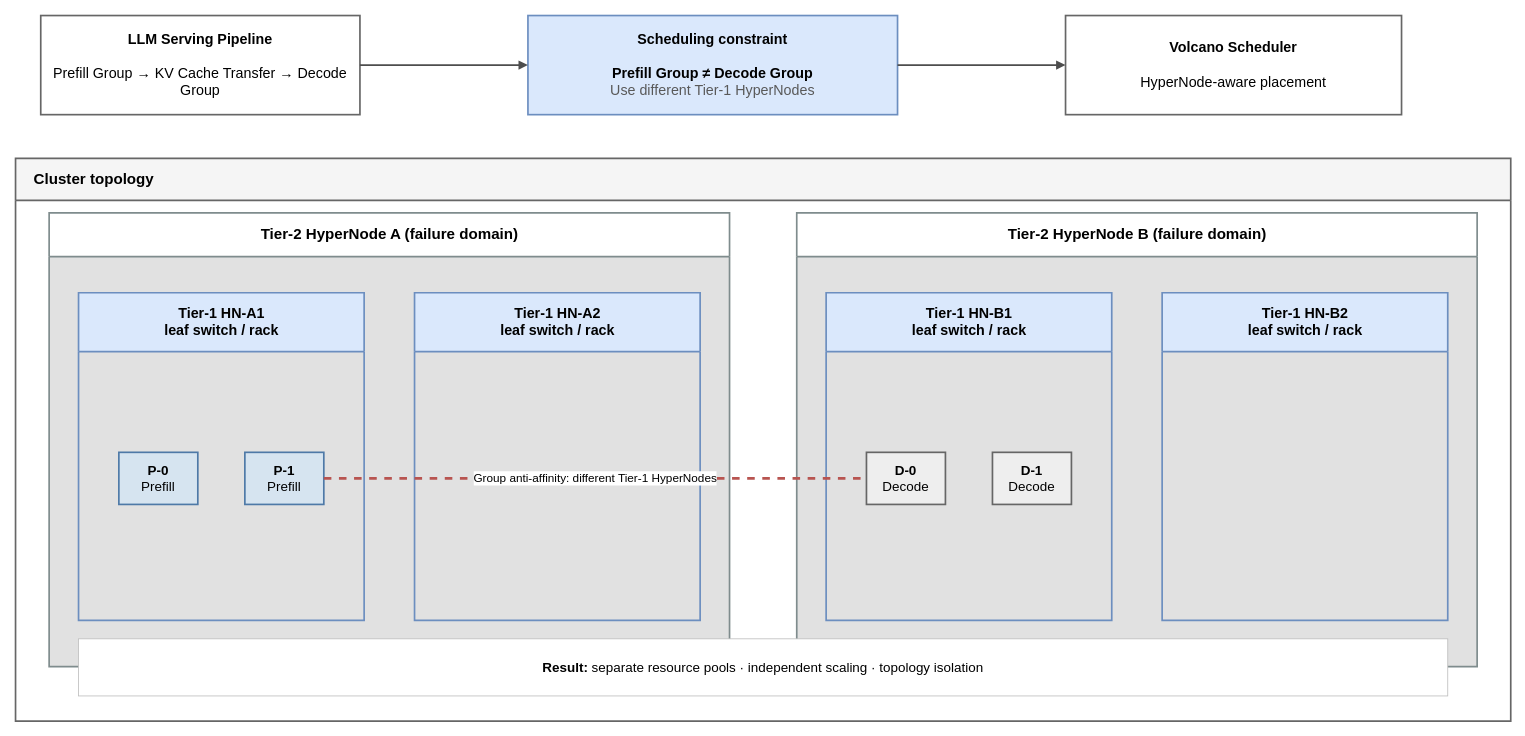
Before: docs/images/network-topology/podgroup-antiaffinity-hypernode.drawio in JesseStutler/volcano, a draw.io diagram. Source tidied: cells renumbered, new cells numbered last; positions are measured from the earlier drawing's top-left corner, leaving out a move shared by most shapes. Both pictures are drawn from the tidied source at 84%, with x=0, y=0 at pixel (15, 15).
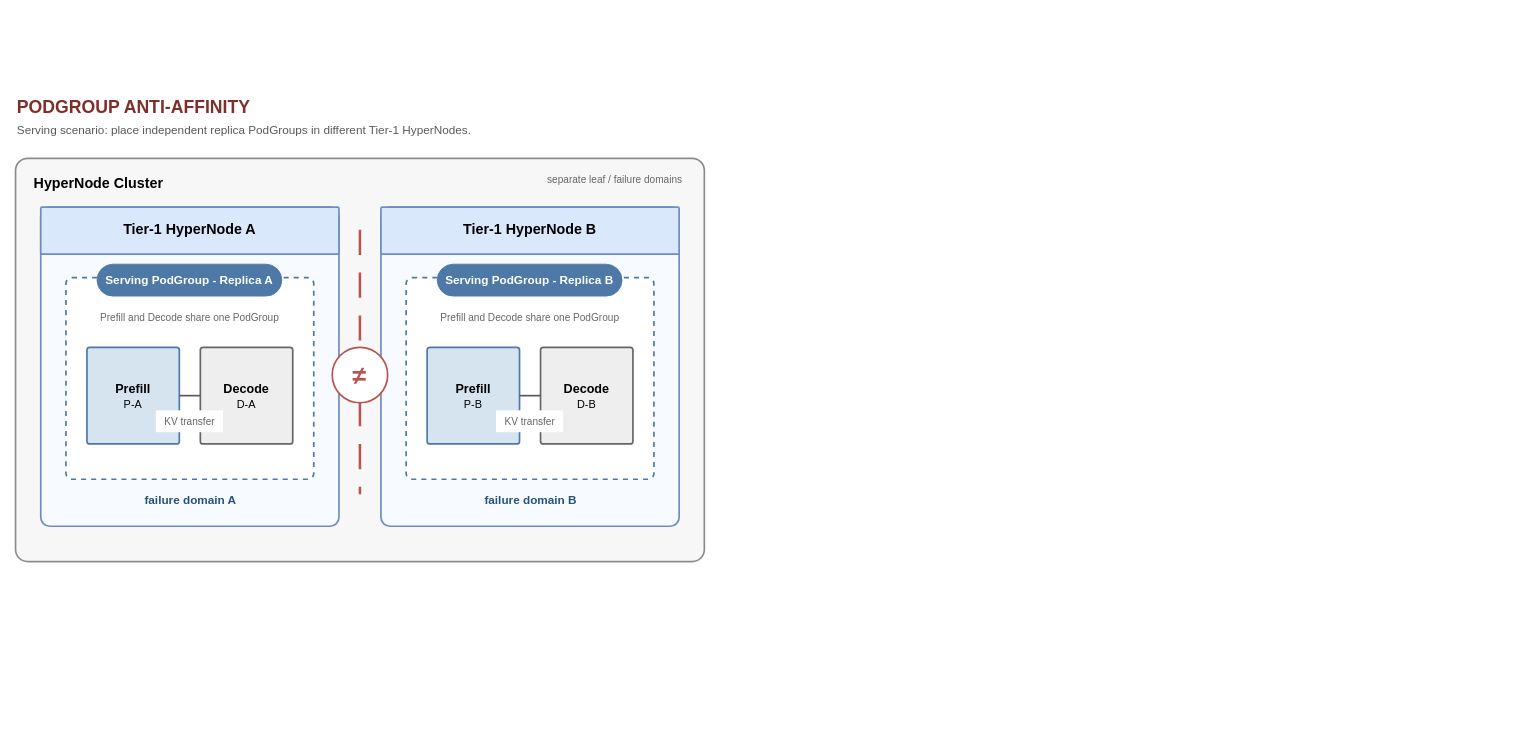
After the change.

Commit message (it also covers changes not shown here):
docs: simplify PodGroup affinity diagrams

Change to the diagram source:
```diff
@@
-    <mxCell id="2" value="&lt;b&gt;LLM Serving Pipeline&lt;/b&gt;&lt;br&gt;&lt;br&gt;Prefill Group → KV Cache Transfer → Decode Group" style="rounded=0;whiteSpace=wrap;html=1;fillColor=#ffffff;strokeColor=#666666;strokeWidth=2;fontSize=17;" parent="1" vertex="1">
-      <mxGeometry x="30" width="380" height="118" as="geometry" />
-    </mxCell>
-    <mxCell id="3" value="&lt;b&gt;Scheduling constraint&lt;/b&gt;&lt;br&gt;&lt;br&gt;&lt;b&gt;Prefill Group ≠ Decode Group&lt;/b&gt;&lt;br&gt;&lt;font color=&quot;#595959&quot;&gt;Use different Tier-1 HyperNodes&lt;/font&gt;" style="rounded=0;whiteSpace=wrap;html=1;fillColor=#dae8fc;strokeColor=#6c8ebf;strokeWidth=2;fontSize=17;" parent="1" vertex="1">
-      <mxGeometry x="610" width="440" height="118" as="geometry" />
-    </mxCell>
-    <mxCell id="4" value="&lt;b&gt;Volcano Scheduler&lt;/b&gt;&lt;br&gt;&lt;br&gt;HyperNode-aware placement" style="rounded=0;whiteSpace=wrap;html=1;fillColor=#ffffff;strokeColor=#666666;strokeWidth=2;fontSize=17;" parent="1" vertex="1">
-      <mxGeometry x="1250" width="400" height="118" as="geometry" />
-    </mxCell>
-    <mxCell id="5" style="edgeStyle=orthogonalEdgeStyle;rounded=0;html=1;endArrow=block;endFill=1;strokeColor=#4d4d4d;strokeWidth=2;" parent="1" edge="1" source="2" target="3">
-      <mxGeometry relative="1" as="geometry" />
-    </mxCell>
-    <mxCell id="6" style="edgeStyle=orthogonalEdgeStyle;rounded=0;html=1;endArrow=block;endFill=1;strokeColor=#4d4d4d;strokeWidth=2;" parent="1" edge="1" source="3" target="4">
-      <mxGeometry relative="1" as="geometry" />
-    </mxCell>
+    <mxCell id="20" value="&lt;b&gt;PODGROUP ANTI-AFFINITY&lt;/b&gt;" style="text;html=1;strokeColor=none;fillColor=none;fontSize=21;fontColor=#7f2f2b;align=left;" parent="1" vertex="1">
+      <mxGeometry y="90" width="340" height="32" as="geometry" />
+    </mxCell>
+    <mxCell id="21" value="Serving scenario: place independent replica PodGroups in different Tier-1 HyperNodes." style="text;html=1;strokeColor=none;fillColor=none;fontSize=14;fontColor=#595959;align=left;" parent="1" vertex="1">
+      <mxGeometry y="122" width="700" height="28" as="geometry" />
+    </mxCell>
-    <mxCell id="7" value="&lt;b&gt;Cluster topology&lt;/b&gt;" style="swimlane;html=1;rounded=0;startSize=50;horizontal=1;fillColor=#f5f5f5;strokeColor=#666666;strokeWidth=2;fontSize=18;align=left;spacingLeft=20;" parent="1" vertex="1">
-      <mxGeometry y="170" width="1780" height="670" as="geometry" />
+    <mxCell id="7" value="&lt;b&gt;HyperNode Cluster&lt;/b&gt;" style="rounded=1;arcSize=3;whiteSpace=wrap;html=1;fillColor=#f7f7f7;strokeColor=#8c8c8c;strokeWidth=2;verticalAlign=top;align=left;spacingLeft=20;spacingTop=14;fontSize=17;" parent="1" vertex="1">
+      <mxGeometry y="170" width="820" height="480" as="geometry" />
     </mxCell>
-    <mxCell id="8" value="&lt;b&gt;Tier-2 HyperNode A&lt;/b&gt; (failure domain)" style="swimlane;html=1;rounded=0;startSize=52;fillColor=#ffffff;swimlaneFillColor=#e1e1e1;strokeColor=#7f8c8d;strokeWidth=2;fontSize=18;" parent="1" vertex="1">
-      <mxGeometry x="40" y="235" width="810" height="540" as="geometry" />
-    </mxCell>
-    <mxCell id="9" value="&lt;b&gt;Tier-2 HyperNode B&lt;/b&gt; (failure domain)" style="swimlane;html=1;rounded=0;startSize=52;fillColor=#ffffff;swimlaneFillColor=#e1e1e1;strokeColor=#7f8c8d;strokeWidth=2;fontSize=18;" parent="1" vertex="1">
-      <mxGeometry x="930" y="235" width="810" height="540" as="geometry" />
-    </mxCell>
-    <mxCell id="10" value="&lt;b&gt;Tier-1 HN-A1&lt;/b&gt;&lt;br&gt;leaf switch / rack" style="swimlane;html=1;rounded=0;startSize=70;fillColor=#dae8fc;strokeColor=#6c8ebf;strokeWidth=2;fontSize=17;" parent="1" vertex="1">
-      <mxGeometry x="75" y="330" width="340" height="390" as="geometry" />
-    </mxCell>
-    <mxCell id="11" value="&lt;b&gt;Tier-1 HN-A2&lt;/b&gt;&lt;br&gt;leaf switch / rack" style="swimlane;html=1;rounded=0;startSize=70;fillColor=#dae8fc;strokeColor=#6c8ebf;strokeWidth=2;fontSize=17;" parent="1" vertex="1">
-      <mxGeometry x="475" y="330" width="340" height="390" as="geometry" />
-    </mxCell>
-    <mxCell id="12" value="&lt;b&gt;Tier-1 HN-B1&lt;/b&gt;&lt;br&gt;leaf switch / rack" style="swimlane;html=1;rounded=0;startSize=70;fillColor=#dae8fc;strokeColor=#6c8ebf;strokeWidth=2;fontSize=17;" parent="1" vertex="1">
-      <mxGeometry x="965" y="330" width="340" height="390" as="geometry" />
-    </mxCell>
-    <mxCell id="13" value="&lt;b&gt;Tier-1 HN-B2&lt;/b&gt;&lt;br&gt;leaf switch / rack" style="swimlane;html=1;rounded=0;startSize=70;fillColor=#dae8fc;strokeColor=#6c8ebf;strokeWidth=2;fontSize=17;" parent="1" vertex="1">
-      <mxGeometry x="1365" y="330" width="340" height="390" as="geometry" />
-    </mxCell>
-    <mxCell id="14" value="&lt;b&gt;P-0&lt;/b&gt;&lt;br&gt;Prefill" style="rounded=0;whiteSpace=wrap;html=1;fillColor=#d6e4f0;strokeColor=#4e79a7;strokeWidth=2;fontSize=16;" parent="1" vertex="1">
-      <mxGeometry x="123" y="520" width="94" height="62" as="geometry" />
-    </mxCell>
-    <mxCell id="15" value="&lt;b&gt;P-1&lt;/b&gt;&lt;br&gt;Prefill" style="rounded=0;whiteSpace=wrap;html=1;fillColor=#d6e4f0;strokeColor=#4e79a7;strokeWidth=2;fontSize=16;" parent="1" vertex="1">
-      <mxGeometry x="273" y="520" width="94" height="62" as="geometry" />
-    </mxCell>
-    <mxCell id="16" value="&lt;b&gt;D-0&lt;/b&gt;&lt;br&gt;Decode" style="rounded=0;whiteSpace=wrap;html=1;fillColor=#eeeeee;strokeColor=#666666;strokeWidth=2;fontSize=16;" parent="1" vertex="1">
-      <mxGeometry x="1013" y="520" width="94" height="62" as="geometry" />
-    </mxCell>
-    <mxCell id="17" value="&lt;b&gt;D-1&lt;/b&gt;&lt;br&gt;Decode" style="rounded=0;whiteSpace=wrap;html=1;fillColor=#eeeeee;strokeColor=#666666;strokeWidth=2;fontSize=16;" parent="1" vertex="1">
-      <mxGeometry x="1163" y="520" width="94" height="62" as="geometry" />
-    </mxCell>
-    <mxCell id="18" value="Group anti-affinity: different Tier-1 HyperNodes" style="edgeStyle=orthogonalEdgeStyle;rounded=0;html=1;endArrow=none;strokeColor=#b85450;strokeWidth=3;dashed=1;fontSize=14;" parent="1" edge="1" source="15" target="16">
-      <mxGeometry relative="1" as="geometry" />
-    </mxCell>
-    <mxCell id="19" value="&lt;b&gt;Result:&lt;/b&gt; separate resource pools · independent scaling · topology isolation" style="rounded=0;whiteSpace=wrap;html=1;fillColor=#ffffff;strokeColor=#bfbfbf;fontSize=16;" parent="1" vertex="1">
-      <mxGeometry x="75" y="742" width="1630" height="68" as="geometry" />
-    </mxCell>
+    <mxCell id="22" value="separate leaf / failure domains" style="text;html=1;strokeColor=none;fillColor=none;fontSize=12;fontColor=#666666;align=right;" parent="1" vertex="1">
+      <mxGeometry x="610" y="182" width="185" height="25" as="geometry" />
+    </mxCell>
+    <mxCell id="23" style="rounded=1;arcSize=3;whiteSpace=wrap;html=1;fillColor=#f7faff;strokeColor=#6c8ebf;strokeWidth=2;" parent="1" vertex="1">
+      <mxGeometry x="30" y="228" width="355" height="380" as="geometry" />
+    </mxCell>
+    <mxCell id="24" value="&lt;b&gt;Tier-1 HyperNode A&lt;/b&gt;" style="rounded=1;arcSize=3;whiteSpace=wrap;html=1;fillColor=#dae8fc;strokeColor=#6c8ebf;strokeWidth=2;fontSize=17;" parent="1" vertex="1">
+      <mxGeometry x="30" y="228" width="355" height="56" as="geometry" />
+    </mxCell>
+    <mxCell id="25" value="Prefill and Decode share one PodGroup" style="rounded=1;arcSize=3;whiteSpace=wrap;html=1;fillColor=#ffffff;strokeColor=#4e79a7;strokeWidth=2;dashed=1;verticalAlign=top;spacingTop=34;fontSize=12;fontColor=#666666;" parent="1" vertex="1">
+      <mxGeometry x="60" y="312" width="295" height="240" as="geometry" />
+    </mxCell>
+    <mxCell id="26" value="&lt;font color=&quot;#ffffff&quot;&gt;&lt;b&gt;Serving PodGroup - Replica A&lt;/b&gt;&lt;/font&gt;" style="rounded=1;arcSize=50;whiteSpace=wrap;html=1;fillColor=#4e79a7;strokeColor=#4e79a7;fontSize=14;" parent="1" vertex="1">
+      <mxGeometry x="97" y="296" width="220" height="38" as="geometry" />
+    </mxCell>
+    <mxCell id="27" value="&lt;b&gt;Prefill&lt;/b&gt;&lt;br&gt;&lt;font size=&quot;2&quot;&gt;P-A&lt;/font&gt;" style="rounded=1;arcSize=3;whiteSpace=wrap;html=1;fillColor=#d6e4f0;strokeColor=#4e79a7;strokeWidth=2;fontSize=15;" parent="1" vertex="1">
+      <mxGeometry x="85" y="395" width="110" height="115" as="geometry" />
+    </mxCell>
+    <mxCell id="28" value="&lt;b&gt;Decode&lt;/b&gt;&lt;br&gt;&lt;font size=&quot;2&quot;&gt;D-A&lt;/font&gt;" style="rounded=1;arcSize=3;whiteSpace=wrap;html=1;fillColor=#eeeeee;strokeColor=#666666;strokeWidth=2;fontSize=15;" parent="1" vertex="1">
+      <mxGeometry x="220" y="395" width="110" height="115" as="geometry" />
+    </mxCell>
+    <mxCell id="29" style="edgeStyle=none;html=1;endArrow=none;strokeColor=#595959;strokeWidth=2;" parent="1" edge="1" source="27" target="28">
+      <mxGeometry relative="1" as="geometry" />
+    </mxCell>
+    <mxCell id="30" value="KV transfer" style="text;html=1;strokeColor=none;fillColor=#ffffff;fontSize=12;fontColor=#666666;align=center;" parent="1" vertex="1">
+      <mxGeometry x="167" y="470" width="80" height="26" as="geometry" />
+    </mxCell>
+    <mxCell id="31" value="&lt;b&gt;failure domain A&lt;/b&gt;" style="text;html=1;strokeColor=none;fillColor=none;fontSize=14;fontColor=#28527d;align=center;" parent="1" vertex="1">
+      <mxGeometry x="120" y="562" width="175" height="28" as="geometry" />
+    </mxCell>
+    <mxCell id="32" style="rounded=1;arcSize=3;whiteSpace=wrap;html=1;fillColor=#f7faff;strokeColor=#6c8ebf;strokeWidth=2;" parent="1" vertex="1">
+      <mxGeometry x="435" y="228" width="355" height="380" as="geometry" />
+    </mxCell>
+    <mxCell id="33" value="&lt;b&gt;Tier-1 HyperNode B&lt;/b&gt;" style="rounded=1;arcSize=3;whiteSpace=wrap;html=1;fillColor=#dae8fc;strokeColor=#6c8ebf;strokeWidth=2;fontSize=17;" parent="1" vertex="1">
+      <mxGeometry x="435" y="228" width="355" height="56" as="geometry" />
+    </mxCell>
+    <mxCell id="34" value="Prefill and Decode share one PodGroup" style="rounded=1;arcSize=3;whiteSpace=wrap;html=1;fillColor=#ffffff;strokeColor=#4e79a7;strokeWidth=2;dashed=1;verticalAlign=top;spacingTop=34;fontSize=12;fontColor=#666666;" parent="1" vertex="1">
+      <mxGeometry x="465" y="312" width="295" height="240" as="geometry" />
+    </mxCell>
+    <mxCell id="35" value="&lt;font color=&quot;#ffffff&quot;&gt;&lt;b&gt;Serving PodGroup - Replica B&lt;/b&gt;&lt;/font&gt;" style="rounded=1;arcSize=50;whiteSpace=wrap;html=1;fillColor=#4e79a7;strokeColor=#4e79a7;fontSize=14;" parent="1" vertex="1">
+      <mxGeometry x="502" y="296" width="220" height="38" as="geometry" />
+    </mxCell>
+    <mxCell id="36" value="&lt;b&gt;Prefill&lt;/b&gt;&lt;br&gt;&lt;font size=&quot;2&quot;&gt;P-B&lt;/font&gt;" style="rounded=1;arcSize=3;whiteSpace=wrap;html=1;fillColor=#d6e4f0;strokeColor=#4e79a7;strokeWidth=2;fontSize=15;" parent="1" vertex="1">
+      <mxGeometry x="490" y="395" width="110" height="115" as="geometry" />
+    </mxCell>
+    <mxCell id="37" value="&lt;b&gt;Decode&lt;/b&gt;&lt;br&gt;&lt;font size=&quot;2&quot;&gt;D-B&lt;/font&gt;" style="rounded=1;arcSize=3;whiteSpace=wrap;html=1;fillColor=#eeeeee;strokeColor=#666666;strokeWidth=2;fontSize=15;" parent="1" vertex="1">
+      <mxGeometry x="625" y="395" width="110" height="115" as="geometry" />
+    </mxCell>
+    <mxCell id="38" style="edgeStyle=none;html=1;endArrow=none;strokeColor=#595959;strokeWidth=2;" parent="1" edge="1" source="36" target="37">
+      <mxGeometry relative="1" as="geometry" />
+    </mxCell>
+    <mxCell id="39" value="KV transfer" style="text;html=1;strokeColor=none;fillColor=#ffffff;fontSize=12;fontColor=#666666;align=center;" parent="1" vertex="1">
+      <mxGeometry x="572" y="470" width="80" height="26" as="geometry" />
+    </mxCell>
+    <mxCell id="40" value="&lt;b&gt;failure domain B&lt;/b&gt;" style="text;html=1;strokeColor=none;fillColor=none;fontSize=14;fontColor=#28527d;align=center;" parent="1" vertex="1">
+      <mxGeometry x="525" y="562" width="175" height="28" as="geometry" />
+    </mxCell>
+    <mxCell id="41" style="edgeStyle=none;html=1;endArrow=none;strokeColor=#b85450;strokeWidth=3;dashed=1;dashPattern=10 7;" parent="1" edge="1">
+      <mxGeometry relative="1" as="geometry">
+        <mxPoint x="410" y="255" as="sourcePoint" />
+        <mxPoint x="410" y="570" as="targetPoint" />
+      </mxGeometry>
+    </mxCell>
+    <mxCell id="42" value="≠" style="ellipse;whiteSpace=wrap;html=1;fillColor=#ffffff;strokeColor=#b85450;strokeWidth=2;fontSize=30;fontStyle=1;fontColor=#b85450;" parent="1" vertex="1">
+      <mxGeometry x="377" y="395" width="66" height="66" as="geometry" />
+    </mxCell>
```
